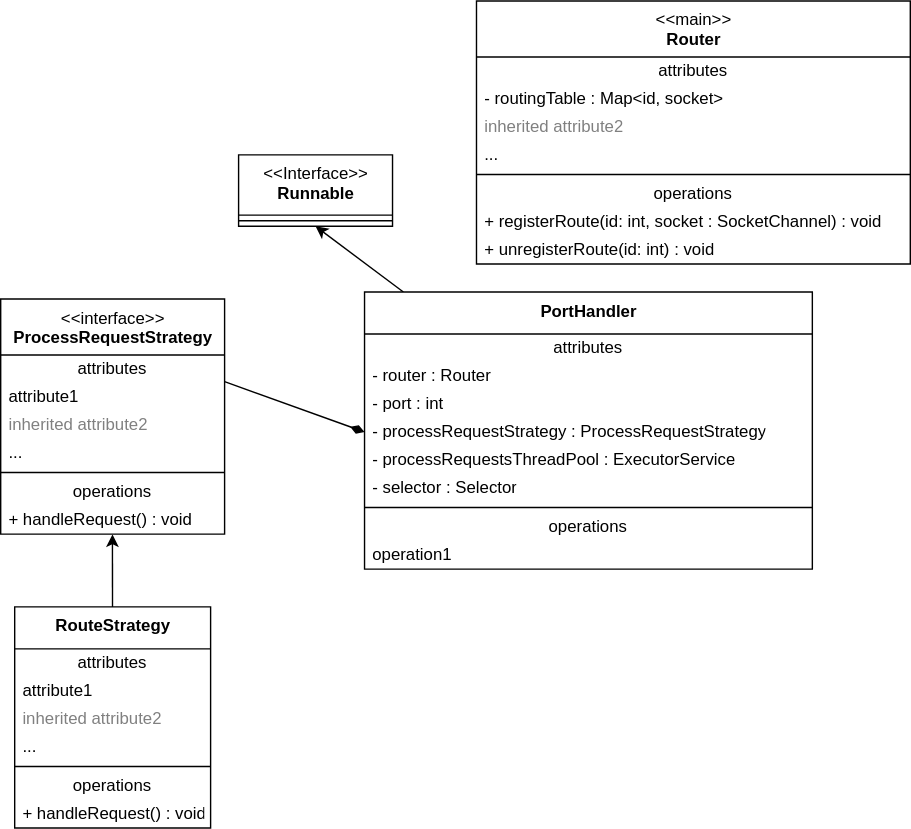
This is routerUML.svg from tlouro-c/stock-exchange-simulator, a draw.io export, as it was before one commit. Source tidied: cells renumbered, new cells last; positions are measured from the earlier drawing's top-left corner, leaving out a move shared by most shapes.
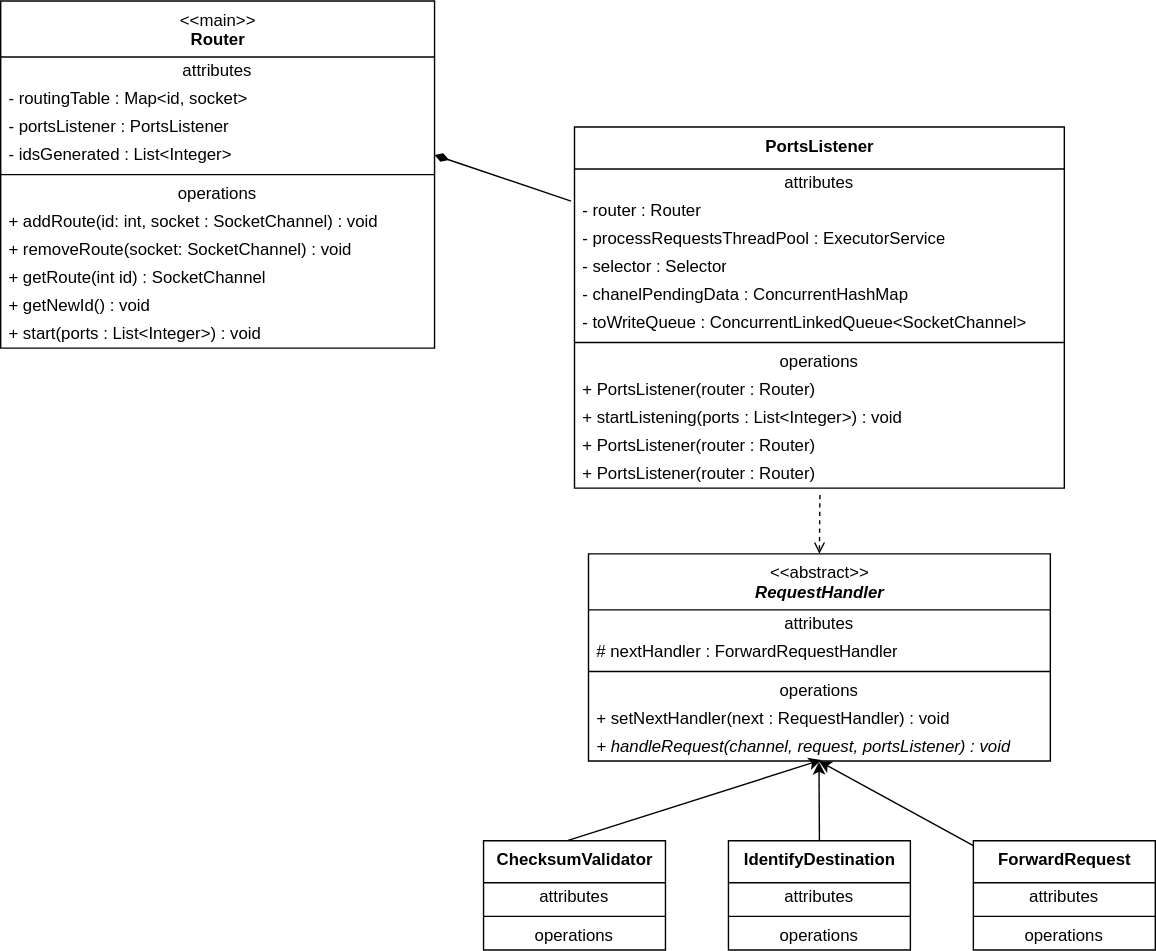
Later version of the same file.

What changed in the source:
```diff
@@ -2,103 +2,83 @@
   <root>
     <mxCell id="0" />
     <mxCell id="1" parent="0" />
-    <mxCell id="2" style="edgeStyle=none;html=1;entryX=0.5;entryY=1;entryDx=0;entryDy=0;" parent="1" edge="1" source="3" target="13">
-      <mxGeometry relative="1" as="geometry" />
-    </mxCell>
-    <mxCell id="3" value="&lt;b&gt;PortHandler&lt;br&gt;&lt;/b&gt;" style="swimlane;fontStyle=0;align=center;verticalAlign=top;horizontal=1;startSize=30;html=1;" parent="1" vertex="1">
-      <mxGeometry x="260" y="208" width="320" height="198" as="geometry" />
+    <mxCell id="3" value="&lt;b&gt;PortsListener&lt;br&gt;&lt;/b&gt;" style="swimlane;fontStyle=0;align=center;verticalAlign=top;horizontal=1;startSize=30;html=1;" parent="1" vertex="1">
+      <mxGeometry x="580" y="130" width="350" height="258" as="geometry" />
     </mxCell>
     <mxCell id="4" value="attributes" style="text;html=1;strokeColor=none;fillColor=none;align=center;verticalAlign=middle;spacingLeft=4;spacingRight=4;overflow=hidden;points=[[0,0.5],[1,0.5]];portConstraint=eastwest;" parent="3" vertex="1">
-      <mxGeometry y="30" width="320" height="20" as="geometry" />
+      <mxGeometry y="30" width="350" height="20" as="geometry" />
     </mxCell>
     <mxCell id="5" value="- router : Router" style="text;html=1;strokeColor=none;fillColor=none;align=left;verticalAlign=middle;spacingLeft=4;spacingRight=4;overflow=hidden;" parent="3" vertex="1">
-      <mxGeometry y="50" width="320" height="20" as="geometry" />
+      <mxGeometry y="50" width="350" height="20" as="geometry" />
     </mxCell>
-    <mxCell id="6" value="- port : int" style="text;html=1;strokeColor=none;fillColor=none;align=left;verticalAlign=middle;spacingLeft=4;spacingRight=4;overflow=hidden;" parent="3" vertex="1">
-      <mxGeometry y="70" width="320" height="20" as="geometry" />
-    </mxCell>
-    <mxCell id="7" value="- processRequestStrategy : ProcessRequestStrategy" style="text;html=1;strokeColor=none;fillColor=none;align=left;verticalAlign=middle;spacingLeft=4;spacingRight=4;overflow=hidden;points=[[0,0.5],[1,0.5]];portConstraint=eastwest;" parent="3" vertex="1">
-      <mxGeometry y="90" width="320" height="20" as="geometry" />
-    </mxCell>
     <mxCell id="8" value="- processRequestsThreadPool : ExecutorService" style="text;html=1;strokeColor=none;fillColor=none;align=left;verticalAlign=middle;spacingLeft=4;spacingRight=4;overflow=hidden;" parent="3" vertex="1">
-      <mxGeometry y="110" width="320" height="20" as="geometry" />
+      <mxGeometry y="70" width="350" height="20" as="geometry" />
     </mxCell>
     <mxCell id="9" value="- selector : Selector" style="text;html=1;strokeColor=none;fillColor=none;align=left;verticalAlign=middle;spacingLeft=4;spacingRight=4;overflow=hidden;" parent="3" vertex="1">
-      <mxGeometry y="130" width="320" height="20" as="geometry" />
+      <mxGeometry y="90" width="350" height="20" as="geometry" />
     </mxCell>
+    <mxCell id="42" value="- chanelPendingData : ConcurrentHashMap" style="text;html=1;strokeColor=none;fillColor=none;align=left;verticalAlign=middle;spacingLeft=4;spacingRight=4;overflow=hidden;" parent="3" vertex="1">
+      <mxGeometry y="110" width="350" height="20" as="geometry" />
+    </mxCell>
+    <mxCell id="43" value="- toWriteQueue : ConcurrentLinkedQueue&amp;lt;SocketChannel&amp;gt;" style="text;html=1;strokeColor=none;fillColor=none;align=left;verticalAlign=middle;spacingLeft=4;spacingRight=4;overflow=hidden;" parent="3" vertex="1">
+      <mxGeometry y="130" width="350" height="20" as="geometry" />
+    </mxCell>
     <mxCell id="10" style="line;strokeWidth=1;fillColor=none;align=left;verticalAlign=middle;spacingTop=-1;spacingLeft=3;spacingRight=3;labelPosition=right;" parent="3" vertex="1">
-      <mxGeometry y="150" width="320" height="8" as="geometry" />
+      <mxGeometry y="150" width="350" height="8" as="geometry" />
     </mxCell>
     <mxCell id="11" value="operations" style="text;html=1;strokeColor=none;fillColor=none;align=center;verticalAlign=middle;spacingLeft=4;spacingRight=4;overflow=hidden;" parent="3" vertex="1">
-      <mxGeometry y="158" width="320" height="20" as="geometry" />
+      <mxGeometry y="158" width="350" height="20" as="geometry" />
     </mxCell>
-    <mxCell id="12" value="operation1" style="text;html=1;strokeColor=none;fillColor=none;align=left;verticalAlign=middle;spacingLeft=4;spacingRight=4;overflow=hidden;" parent="3" vertex="1">
-      <mxGeometry y="178" width="320" height="20" as="geometry" />
+    <mxCell id="12" value="+ PortsListener(router : Router)" style="text;html=1;strokeColor=none;fillColor=none;align=left;verticalAlign=middle;spacingLeft=4;spacingRight=4;overflow=hidden;" parent="3" vertex="1">
+      <mxGeometry y="178" width="350" height="20" as="geometry" />
     </mxCell>
-    <mxCell id="13" value="&amp;lt;&amp;lt;Interface&amp;gt;&amp;gt;&lt;br&gt;&lt;b&gt;Runnable&lt;/b&gt;" style="swimlane;fontStyle=0;align=center;verticalAlign=top;horizontal=1;startSize=43;html=1;" parent="1" vertex="1">
-      <mxGeometry x="170" y="110" width="110" height="51" as="geometry" />
-    </mxCell>
-    <mxCell id="14" style="line;strokeWidth=1;fillColor=none;align=left;verticalAlign=middle;spacingTop=-1;spacingLeft=3;spacingRight=3;labelPosition=right;" parent="13" vertex="1">
-      <mxGeometry y="43" width="110" height="8" as="geometry" />
-    </mxCell>
+    <mxCell id="44" value="+ startListening(ports : List&amp;lt;Integer&amp;gt;) : void" style="text;html=1;strokeColor=none;fillColor=none;align=left;verticalAlign=middle;spacingLeft=4;spacingRight=4;overflow=hidden;" parent="3" vertex="1">
+      <mxGeometry y="198" width="350" height="20" as="geometry" />
+    </mxCell>
+    <mxCell id="45" value="+ PortsListener(router : Router)" style="text;html=1;strokeColor=none;fillColor=none;align=left;verticalAlign=middle;spacingLeft=4;spacingRight=4;overflow=hidden;" parent="3" vertex="1">
+      <mxGeometry y="218" width="350" height="20" as="geometry" />
+    </mxCell>
+    <mxCell id="46" value="+ PortsListener(router : Router)" style="text;html=1;strokeColor=none;fillColor=none;align=left;verticalAlign=middle;spacingLeft=4;spacingRight=4;overflow=hidden;points=[[0,0.5],[1,0.5]];portConstraint=eastwest;" parent="3" vertex="1">
+      <mxGeometry y="238" width="350" height="20" as="geometry" />
+    </mxCell>
-    <mxCell id="15" value="&amp;lt;&amp;lt;interface&amp;gt;&amp;gt;&lt;br&gt;&lt;b&gt;ProcessRequestStrategy&lt;/b&gt;" style="swimlane;fontStyle=0;align=center;verticalAlign=top;horizontal=1;startSize=40;html=1;" parent="1" vertex="1">
-      <mxGeometry y="213" width="160" height="168" as="geometry" />
+    <mxCell id="15" value="&amp;lt;&amp;lt;abstract&amp;gt;&amp;gt;&lt;br&gt;&lt;b&gt;&lt;i&gt;RequestHandler&lt;/i&gt;&lt;/b&gt;" style="swimlane;fontStyle=0;align=center;verticalAlign=top;horizontal=1;startSize=40;html=1;" parent="1" vertex="1">
+      <mxGeometry x="590" y="435" width="330" height="148" as="geometry" />
     </mxCell>
     <mxCell id="16" value="attributes" style="text;html=1;strokeColor=none;fillColor=none;align=center;verticalAlign=middle;spacingLeft=4;spacingRight=4;overflow=hidden;" parent="15" vertex="1">
-      <mxGeometry y="40" width="160" height="20" as="geometry" />
+      <mxGeometry y="40" width="330" height="20" as="geometry" />
     </mxCell>
-    <mxCell id="17" value="attribute1" style="text;html=1;strokeColor=none;fillColor=none;align=left;verticalAlign=middle;spacingLeft=4;spacingRight=4;overflow=hidden;" parent="15" vertex="1">
-      <mxGeometry y="60" width="160" height="20" as="geometry" />
+    <mxCell id="17" value="# nextHandler : ForwardRequestHandler" style="text;html=1;strokeColor=none;fillColor=none;align=left;verticalAlign=middle;spacingLeft=4;spacingRight=4;overflow=hidden;" parent="15" vertex="1">
+      <mxGeometry y="60" width="330" height="20" as="geometry" />
     </mxCell>
-    <mxCell id="18" value="inherited attribute2" style="text;html=1;strokeColor=none;fillColor=none;align=left;verticalAlign=middle;spacingLeft=4;spacingRight=4;overflow=hidden;fontColor=#808080;" parent="15" vertex="1">
-      <mxGeometry y="80" width="160" height="20" as="geometry" />
-    </mxCell>
-    <mxCell id="19" value="..." style="text;html=1;strokeColor=none;fillColor=none;align=left;verticalAlign=middle;spacingLeft=4;spacingRight=4;overflow=hidden;" parent="15" vertex="1">
-      <mxGeometry y="100" width="160" height="20" as="geometry" />
-    </mxCell>
     <mxCell id="20" style="line;strokeWidth=1;fillColor=none;align=left;verticalAlign=middle;spacingTop=-1;spacingLeft=3;spacingRight=3;labelPosition=right;" parent="15" vertex="1">
-      <mxGeometry y="120" width="160" height="8" as="geometry" />
+      <mxGeometry y="80" width="330" height="8" as="geometry" />
     </mxCell>
     <mxCell id="21" value="operations" style="text;html=1;strokeColor=none;fillColor=none;align=center;verticalAlign=middle;spacingLeft=4;spacingRight=4;overflow=hidden;" parent="15" vertex="1">
-      <mxGeometry y="128" width="160" height="20" as="geometry" />
+      <mxGeometry y="88" width="330" height="20" as="geometry" />
     </mxCell>
-    <mxCell id="22" value="+ handleRequest() : void" style="text;html=1;strokeColor=none;fillColor=none;align=left;verticalAlign=middle;spacingLeft=4;spacingRight=4;overflow=hidden;points=[[0,0.5],[1,0.5]];portConstraint=eastwest;" parent="15" vertex="1">
-      <mxGeometry y="148" width="160" height="20" as="geometry" />
+    <mxCell id="22" value="+ setNextHandler(next : RequestHandler) : void" style="text;html=1;strokeColor=none;fillColor=none;align=left;verticalAlign=middle;spacingLeft=4;spacingRight=4;overflow=hidden;points=[[0,0.5],[1,0.5]];portConstraint=eastwest;" parent="15" vertex="1">
+      <mxGeometry y="108" width="330" height="20" as="geometry" />
     </mxCell>
-    <mxCell id="23" style="endArrow=none;startArrow=diamondThin;endFill=0;startFill=1;html=1;verticalAlign=bottom;labelBackgroundColor=none;strokeWidth=1;startSize=8;endSize=8;exitX=0;exitY=0.5;exitDx=0;exitDy=0;" parent="1" edge="1" source="7">
-      <mxGeometry relative="1" as="geometry">
-        <mxPoint x="160" y="272" as="targetPoint" />
-      </mxGeometry>
-    </mxCell>
+    <mxCell id="47" value="&lt;i&gt;+ handleRequest(channel, request, portsListener) : void&lt;/i&gt;" style="text;html=1;strokeColor=none;fillColor=none;align=left;verticalAlign=middle;spacingLeft=4;spacingRight=4;overflow=hidden;points=[[0,0.5],[1,0.5]];portConstraint=eastwest;" parent="15" vertex="1">
+      <mxGeometry y="128" width="330" height="20" as="geometry" />
+    </mxCell>
-    <mxCell id="24" style="edgeStyle=none;html=1;entryX=0.499;entryY=1.008;entryDx=0;entryDy=0;entryPerimeter=0;" parent="1" edge="1" source="25" target="22">
+    <mxCell id="24" style="edgeStyle=none;html=1;entryX=0.504;entryY=0.963;entryDx=0;entryDy=0;entryPerimeter=0;exitX=0.465;exitY=-0.004;exitDx=0;exitDy=0;exitPerimeter=0;" parent="1" edge="1" source="25" target="47">
       <mxGeometry relative="1" as="geometry" />
     </mxCell>
-    <mxCell id="25" value="&lt;b&gt;RouteStrategy&lt;/b&gt;" style="swimlane;fontStyle=0;align=center;verticalAlign=top;horizontal=1;startSize=30;html=1;" parent="1" vertex="1">
-      <mxGeometry x="10" y="433" width="140" height="158" as="geometry" />
+    <mxCell id="25" value="&lt;b&gt;ChecksumValidator&lt;/b&gt;" style="swimlane;fontStyle=0;align=center;verticalAlign=top;horizontal=1;startSize=30;html=1;" parent="1" vertex="1">
+      <mxGeometry x="515" y="640" width="130" height="78" as="geometry" />
     </mxCell>
     <mxCell id="26" value="attributes" style="text;html=1;strokeColor=none;fillColor=none;align=center;verticalAlign=middle;spacingLeft=4;spacingRight=4;overflow=hidden;" parent="25" vertex="1">
-      <mxGeometry y="30" width="140" height="20" as="geometry" />
+      <mxGeometry y="30" width="130" height="20" as="geometry" />
     </mxCell>
-    <mxCell id="27" value="attribute1" style="text;html=1;strokeColor=none;fillColor=none;align=left;verticalAlign=middle;spacingLeft=4;spacingRight=4;overflow=hidden;" parent="25" vertex="1">
-      <mxGeometry y="50" width="140" height="20" as="geometry" />
-    </mxCell>
-    <mxCell id="28" value="inherited attribute2" style="text;html=1;strokeColor=none;fillColor=none;align=left;verticalAlign=middle;spacingLeft=4;spacingRight=4;overflow=hidden;fontColor=#808080;" parent="25" vertex="1">
-      <mxGeometry y="70" width="140" height="20" as="geometry" />
-    </mxCell>
-    <mxCell id="29" value="..." style="text;html=1;strokeColor=none;fillColor=none;align=left;verticalAlign=middle;spacingLeft=4;spacingRight=4;overflow=hidden;" parent="25" vertex="1">
-      <mxGeometry y="90" width="140" height="20" as="geometry" />
-    </mxCell>
     <mxCell id="30" style="line;strokeWidth=1;fillColor=none;align=left;verticalAlign=middle;spacingTop=-1;spacingLeft=3;spacingRight=3;labelPosition=right;" parent="25" vertex="1">
-      <mxGeometry y="110" width="140" height="8" as="geometry" />
+      <mxGeometry y="50" width="130" height="8" as="geometry" />
     </mxCell>
     <mxCell id="31" value="operations" style="text;html=1;strokeColor=none;fillColor=none;align=center;verticalAlign=middle;spacingLeft=4;spacingRight=4;overflow=hidden;" parent="25" vertex="1">
-      <mxGeometry y="118" width="140" height="20" as="geometry" />
+      <mxGeometry y="58" width="130" height="20" as="geometry" />
     </mxCell>
-    <mxCell id="32" value="+ handleRequest() : void" style="text;html=1;strokeColor=none;fillColor=none;align=left;verticalAlign=middle;spacingLeft=4;spacingRight=4;overflow=hidden;" parent="25" vertex="1">
-      <mxGeometry y="138" width="140" height="20" as="geometry" />
-    </mxCell>
     <mxCell id="33" value="&amp;lt;&amp;lt;main&amp;gt;&amp;gt;&lt;br&gt;&lt;b&gt;Router&lt;/b&gt;&lt;br&gt;" style="swimlane;fontStyle=0;align=center;verticalAlign=top;horizontal=1;startSize=40;html=1;" parent="1" vertex="1">
-      <mxGeometry x="340" width="310" height="188" as="geometry" />
+      <mxGeometry x="170" y="40" width="310" height="248" as="geometry" />
     </mxCell>
     <mxCell id="34" value="attributes" style="text;html=1;strokeColor=none;fillColor=none;align=center;verticalAlign=middle;spacingLeft=4;spacingRight=4;overflow=hidden;" parent="33" vertex="1">
       <mxGeometry y="40" width="310" height="20" as="geometry" />
@@ -106,23 +86,68 @@
     <mxCell id="35" value="- routingTable : Map&amp;lt;id, socket&amp;gt;&amp;nbsp;" style="text;html=1;strokeColor=none;fillColor=none;align=left;verticalAlign=middle;spacingLeft=4;spacingRight=4;overflow=hidden;" parent="33" vertex="1">
       <mxGeometry y="60" width="310" height="20" as="geometry" />
     </mxCell>
-    <mxCell id="36" value="inherited attribute2" style="text;html=1;strokeColor=none;fillColor=none;align=left;verticalAlign=middle;spacingLeft=4;spacingRight=4;overflow=hidden;fontColor=#808080;" parent="33" vertex="1">
-      <mxGeometry y="80" width="310" height="20" as="geometry" />
-    </mxCell>
-    <mxCell id="37" value="..." style="text;html=1;strokeColor=none;fillColor=none;align=left;verticalAlign=middle;spacingLeft=4;spacingRight=4;overflow=hidden;" parent="33" vertex="1">
-      <mxGeometry y="100" width="310" height="20" as="geometry" />
-    </mxCell>
+    <mxCell id="48" value="- portsListener : PortsListener&amp;nbsp;" style="text;html=1;strokeColor=none;fillColor=none;align=left;verticalAlign=middle;spacingLeft=4;spacingRight=4;overflow=hidden;" parent="33" vertex="1">
+      <mxGeometry y="80" width="310" height="20" as="geometry" />
+    </mxCell>
+    <mxCell id="49" value="- idsGenerated : List&amp;lt;Integer&amp;gt;&amp;nbsp;" style="text;html=1;strokeColor=none;fillColor=none;align=left;verticalAlign=middle;spacingLeft=4;spacingRight=4;overflow=hidden;points=[[0,0.5],[1,0.5]];portConstraint=eastwest;" parent="33" vertex="1">
+      <mxGeometry y="100" width="310" height="20" as="geometry" />
+    </mxCell>
     <mxCell id="38" style="line;strokeWidth=1;fillColor=none;align=left;verticalAlign=middle;spacingTop=-1;spacingLeft=3;spacingRight=3;labelPosition=right;" parent="33" vertex="1">
       <mxGeometry y="120" width="310" height="8" as="geometry" />
     </mxCell>
     <mxCell id="39" value="operations" style="text;html=1;strokeColor=none;fillColor=none;align=center;verticalAlign=middle;spacingLeft=4;spacingRight=4;overflow=hidden;" parent="33" vertex="1">
       <mxGeometry y="128" width="310" height="20" as="geometry" />
     </mxCell>
-    <mxCell id="40" value="+ registerRoute(id: int, socket : SocketChannel) : void" style="text;html=1;strokeColor=none;fillColor=none;align=left;verticalAlign=middle;spacingLeft=4;spacingRight=4;overflow=hidden;" parent="33" vertex="1">
+    <mxCell id="40" value="+ addRoute(id: int, socket : SocketChannel) : void" style="text;html=1;strokeColor=none;fillColor=none;align=left;verticalAlign=middle;spacingLeft=4;spacingRight=4;overflow=hidden;" parent="33" vertex="1">
       <mxGeometry y="148" width="310" height="20" as="geometry" />
     </mxCell>
-    <mxCell id="41" value="+ unregisterRoute(id: int) : void" style="text;html=1;strokeColor=none;fillColor=none;align=left;verticalAlign=middle;spacingLeft=4;spacingRight=4;overflow=hidden;" parent="33" vertex="1">
+    <mxCell id="41" value="+ removeRoute(socket: SocketChannel) : void" style="text;html=1;strokeColor=none;fillColor=none;align=left;verticalAlign=middle;spacingLeft=4;spacingRight=4;overflow=hidden;" parent="33" vertex="1">
       <mxGeometry y="168" width="310" height="20" as="geometry" />
     </mxCell>
+    <mxCell id="50" value="+ getRoute(int id) : SocketChannel" style="text;html=1;strokeColor=none;fillColor=none;align=left;verticalAlign=middle;spacingLeft=4;spacingRight=4;overflow=hidden;" parent="33" vertex="1">
+      <mxGeometry y="188" width="310" height="20" as="geometry" />
+    </mxCell>
+    <mxCell id="51" value="+ getNewId() : void" style="text;html=1;strokeColor=none;fillColor=none;align=left;verticalAlign=middle;spacingLeft=4;spacingRight=4;overflow=hidden;" parent="33" vertex="1">
+      <mxGeometry y="208" width="310" height="20" as="geometry" />
+    </mxCell>
+    <mxCell id="52" value="+ start(ports : List&amp;lt;Integer&amp;gt;) : void" style="text;html=1;strokeColor=none;fillColor=none;align=left;verticalAlign=middle;spacingLeft=4;spacingRight=4;overflow=hidden;" parent="33" vertex="1">
+      <mxGeometry y="228" width="310" height="20" as="geometry" />
+    </mxCell>
+    <mxCell id="53" style="endArrow=none;startArrow=diamondThin;endFill=0;startFill=1;html=1;verticalAlign=bottom;labelBackgroundColor=none;strokeWidth=1;startSize=8;endSize=8;exitX=1;exitY=0.5;exitDx=0;exitDy=0;entryX=-0.007;entryY=1.145;entryDx=0;entryDy=0;entryPerimeter=0;" parent="1" edge="1" source="49" target="4">
+      <mxGeometry relative="1" as="geometry" />
+    </mxCell>
+    <mxCell id="54" style="html=1;verticalAlign=bottom;labelBackgroundColor=none;endArrow=open;endFill=0;dashed=1;entryX=0.5;entryY=0;entryDx=0;entryDy=0;exitX=0.501;exitY=1.245;exitDx=0;exitDy=0;exitPerimeter=0;" parent="1" edge="1" source="46" target="15">
+      <mxGeometry relative="1" as="geometry" />
+    </mxCell>
+    <mxCell id="55" style="edgeStyle=none;html=1;exitX=0.5;exitY=0;exitDx=0;exitDy=0;entryX=0.499;entryY=1.033;entryDx=0;entryDy=0;entryPerimeter=0;" parent="1" edge="1" source="56" target="47">
+      <mxGeometry relative="1" as="geometry" />
+    </mxCell>
+    <mxCell id="56" value="&lt;b&gt;IdentifyDestination&lt;/b&gt;" style="swimlane;fontStyle=0;align=center;verticalAlign=top;horizontal=1;startSize=30;html=1;" parent="1" vertex="1">
+      <mxGeometry x="690" y="640" width="130" height="78" as="geometry" />
+    </mxCell>
+    <mxCell id="57" value="attributes" style="text;html=1;strokeColor=none;fillColor=none;align=center;verticalAlign=middle;spacingLeft=4;spacingRight=4;overflow=hidden;" parent="56" vertex="1">
+      <mxGeometry y="30" width="130" height="20" as="geometry" />
+    </mxCell>
+    <mxCell id="58" style="line;strokeWidth=1;fillColor=none;align=left;verticalAlign=middle;spacingTop=-1;spacingLeft=3;spacingRight=3;labelPosition=right;" parent="56" vertex="1">
+      <mxGeometry y="50" width="130" height="8" as="geometry" />
+    </mxCell>
+    <mxCell id="59" value="operations" style="text;html=1;strokeColor=none;fillColor=none;align=center;verticalAlign=middle;spacingLeft=4;spacingRight=4;overflow=hidden;" parent="56" vertex="1">
+      <mxGeometry y="58" width="130" height="20" as="geometry" />
+    </mxCell>
+    <mxCell id="60" style="edgeStyle=none;html=1;entryX=0.499;entryY=1.006;entryDx=0;entryDy=0;entryPerimeter=0;" parent="1" edge="1" source="61" target="47">
+      <mxGeometry relative="1" as="geometry" />
+    </mxCell>
+    <mxCell id="61" value="&lt;b&gt;ForwardRequest&lt;/b&gt;" style="swimlane;fontStyle=0;align=center;verticalAlign=top;horizontal=1;startSize=30;html=1;" parent="1" vertex="1">
+      <mxGeometry x="865" y="640" width="130" height="78" as="geometry" />
+    </mxCell>
+    <mxCell id="62" value="attributes" style="text;html=1;strokeColor=none;fillColor=none;align=center;verticalAlign=middle;spacingLeft=4;spacingRight=4;overflow=hidden;" parent="61" vertex="1">
+      <mxGeometry y="30" width="130" height="20" as="geometry" />
+    </mxCell>
+    <mxCell id="63" style="line;strokeWidth=1;fillColor=none;align=left;verticalAlign=middle;spacingTop=-1;spacingLeft=3;spacingRight=3;labelPosition=right;" parent="61" vertex="1">
+      <mxGeometry y="50" width="130" height="8" as="geometry" />
+    </mxCell>
+    <mxCell id="64" value="operations" style="text;html=1;strokeColor=none;fillColor=none;align=center;verticalAlign=middle;spacingLeft=4;spacingRight=4;overflow=hidden;" parent="61" vertex="1">
+      <mxGeometry y="58" width="130" height="20" as="geometry" />
+    </mxCell>
   </root>
 </mxGraphModel>
```
